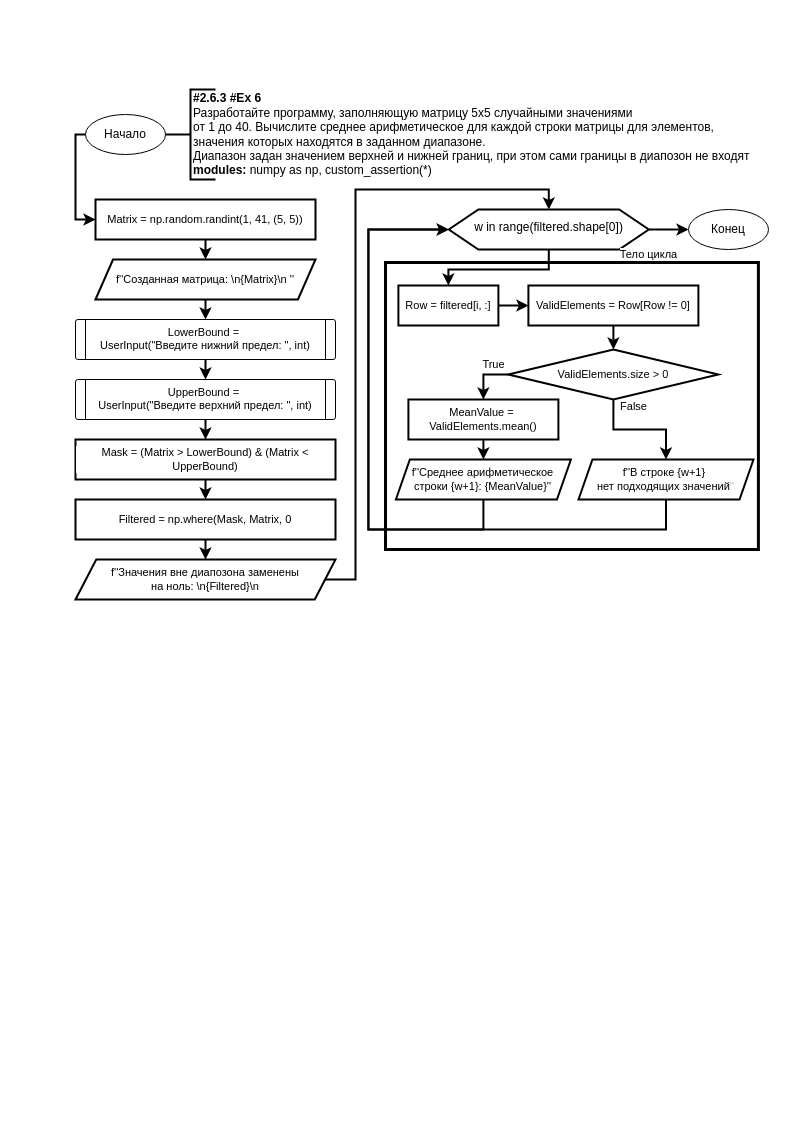
Before: page "#2.6.3 #Ex6 #Ex8" (3 of 3) of Schematics/Архипов/2.6.3/2.6.3.drawio in JayStorm228/CollegeStudy, a draw.io diagram. Source tidied: cells renumbered, new cells numbered last; positions are measured from the earlier drawing's top-left corner, leaving out a move shared by most shapes. Both pictures are drawn from the tidied source at 100%, with x=0, y=0 at pixel (75, 84).
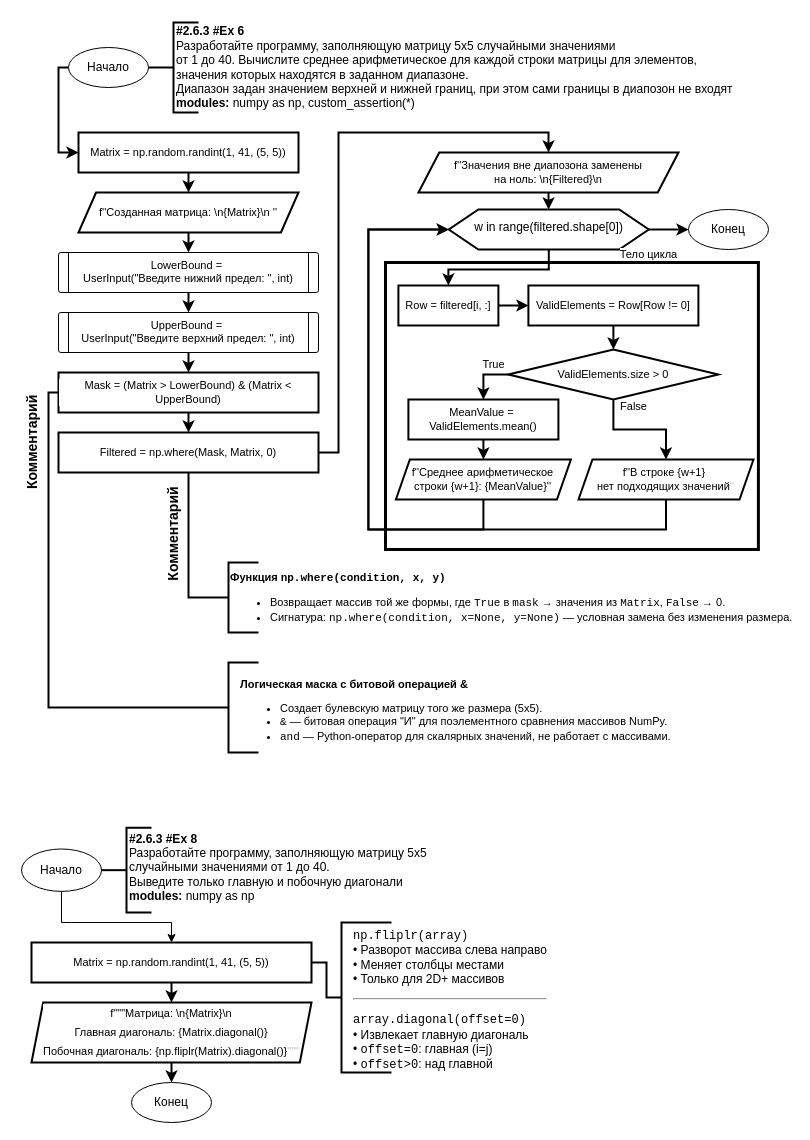
After the change.

Unchanged cells that the change refers to:
```xml
<mxCell id="24" value="w in range(filtered.shape[0])" style="verticalLabelPosition=bottom;verticalAlign=top;html=1;shape=hexagon;perimeter=hexagonPerimeter2;arcSize=6;size=0.148014440433213;fontFamily=Helvetica;fontSize=12;fontColor=light-dark(#000000,#FFFFFF);labelBackgroundColor=none;spacingTop=-36;strokeWidth=2;" parent="1" vertex="1">
  <mxGeometry x="373.3" y="125" width="200" height="40" as="geometry" />
</mxCell>
```

Diff of the diagram source:
```diff
@@
     <mxCell id="3" style="group;" parent="1" vertex="1">
-      <mxGeometry x="10" y="25" width="686" height="85" as="geometry" />
+      <mxGeometry x="-7" y="-42" width="686" height="85" as="geometry" />
     </mxCell>
@@
     <mxCell id="8" value="LowerBound =&amp;nbsp;&lt;div&gt;UserInput(&quot;Введите нижний предел: &quot;, int)&lt;/div&gt;" style="verticalLabelPosition=bottom;verticalAlign=top;html=1;shape=process;whiteSpace=wrap;rounded=1;size=0.038461538461538464;arcSize=6;fontFamily=Helvetica;fontSize=11;fontColor=default;labelBackgroundColor=default;spacingTop=-40;" parent="1" vertex="1">
-      <mxGeometry y="235" width="260" height="40" as="geometry" />
+      <mxGeometry x="-17" y="168" width="260" height="40" as="geometry" />
     </mxCell>
@@
     <mxCell id="10" value="UpperBound =&amp;nbsp;&lt;div&gt;UserInput(&quot;Введите верхний предел: &quot;, int)&lt;/div&gt;" style="verticalLabelPosition=bottom;verticalAlign=top;html=1;shape=process;whiteSpace=wrap;rounded=1;size=0.038461538461538464;arcSize=6;fontFamily=Helvetica;fontSize=11;fontColor=default;labelBackgroundColor=default;spacingTop=-40;" parent="1" vertex="1">
-      <mxGeometry y="295" width="260" height="40" as="geometry" />
+      <mxGeometry x="-17" y="228" width="260" height="40" as="geometry" />
     </mxCell>
@@
     <mxCell id="12" value="Matrix = np.random.randint(1, 41, (5, 5))" style="rounded=0;whiteSpace=wrap;html=1;absoluteArcSize=1;arcSize=14;strokeWidth=2;fontFamily=Helvetica;fontSize=11;fontColor=default;labelBackgroundColor=default;" parent="1" vertex="1">
-      <mxGeometry x="20" y="115" width="220" height="40" as="geometry" />
+      <mxGeometry x="3" y="48" width="220" height="40" as="geometry" />
     </mxCell>
@@
     <mxCell id="15" value="f''Созданная матрица: \n{Matrix}\n ''" style="shape=parallelogram;html=1;strokeWidth=2;perimeter=parallelogramPerimeter;whiteSpace=wrap;rounded=0;arcSize=12;size=0.0797872340425532;fontFamily=Helvetica;fontSize=11;fontColor=default;labelBackgroundColor=default;" parent="1" vertex="1">
-      <mxGeometry x="20" y="175" width="220" height="40" as="geometry" />
+      <mxGeometry x="3" y="108" width="220" height="40" as="geometry" />
     </mxCell>
@@
     <mxCell id="17" value="Mask = (Matrix &amp;gt; LowerBound) &amp;amp; (Matrix &amp;lt; UpperBound)" style="rounded=0;whiteSpace=wrap;html=1;absoluteArcSize=1;arcSize=14;strokeWidth=2;fontFamily=Helvetica;fontSize=11;fontColor=default;labelBackgroundColor=default;" parent="1" vertex="1">
-      <mxGeometry y="355" width="260" height="40" as="geometry" />
+      <mxGeometry x="-17" y="288" width="260" height="40" as="geometry" />
     </mxCell>
-    <mxCell id="18" style="edgeStyle=orthogonalEdgeStyle;shape=connector;curved=0;rounded=0;html=1;exitX=0.5;exitY=1;exitDx=0;exitDy=0;entryX=0.5;entryY=0;entryDx=0;entryDy=0;strokeColor=default;strokeWidth=2;align=center;verticalAlign=middle;fontFamily=Helvetica;fontSize=11;fontColor=default;labelBackgroundColor=default;endArrow=classic;" parent="1" edge="1" source="19" target="21">
-      <mxGeometry relative="1" as="geometry" />
+    <mxCell id="18" style="edgeStyle=orthogonalEdgeStyle;html=1;exitX=1;exitY=0.5;exitDx=0;exitDy=0;entryX=0.5;entryY=0;entryDx=0;entryDy=0;strokeWidth=2;rounded=0;" parent="1" edge="1" source="19" target="21">
+      <mxGeometry relative="1" as="geometry">
+        <Array as="points">
+          <mxPoint x="263" y="368" />
+          <mxPoint x="263" y="48" />
+          <mxPoint x="473" y="48" />
+        </Array>
+      </mxGeometry>
     </mxCell>
-    <mxCell id="19" value="Filtered = np.where(Mask, Matrix, 0" style="rounded=0;whiteSpace=wrap;html=1;absoluteArcSize=1;arcSize=14;strokeWidth=2;fontFamily=Helvetica;fontSize=11;fontColor=default;labelBackgroundColor=default;" parent="1" vertex="1">
-      <mxGeometry y="415" width="260" height="40" as="geometry" />
+    <mxCell id="19" value="Filtered = np.where(Mask, Matrix, 0)" style="rounded=0;whiteSpace=wrap;html=1;absoluteArcSize=1;arcSize=14;strokeWidth=2;fontFamily=Helvetica;fontSize=11;fontColor=default;labelBackgroundColor=default;" parent="1" vertex="1">
+      <mxGeometry x="-17" y="348" width="260" height="40" as="geometry" />
     </mxCell>
-    <mxCell id="20" style="edgeStyle=orthogonalEdgeStyle;shape=connector;curved=0;rounded=0;html=1;exitX=1;exitY=0.5;exitDx=0;exitDy=0;entryX=0.5;entryY=0;entryDx=0;entryDy=0;strokeColor=default;strokeWidth=2;align=center;verticalAlign=middle;fontFamily=Helvetica;fontSize=11;fontColor=default;labelBackgroundColor=default;endArrow=classic;" parent="1" edge="1" source="21" target="24">
-      <mxGeometry relative="1" as="geometry">
-        <Array as="points">
-          <mxPoint x="280" y="495" />
-          <mxPoint x="280" y="105" />
-          <mxPoint x="473" y="105" />
-        </Array>
-      </mxGeometry>
+    <mxCell id="20" style="edgeStyle=none;html=1;exitX=0.5;exitY=1;exitDx=0;exitDy=0;strokeWidth=2;" parent="1" edge="1" source="21" target="24">
+      <mxGeometry relative="1" as="geometry" />
     </mxCell>
     <mxCell id="21" value="f''Значения вне диапозона заменены&lt;div&gt;на ноль: \n{Filtered}\n&lt;/div&gt;" style="shape=parallelogram;html=1;strokeWidth=2;perimeter=parallelogramPerimeter;whiteSpace=wrap;rounded=0;arcSize=12;size=0.0797872340425532;fontFamily=Helvetica;fontSize=11;fontColor=default;labelBackgroundColor=default;" parent="1" vertex="1">
-      <mxGeometry y="475" width="260" height="40" as="geometry" />
+      <mxGeometry x="343" y="68" width="260" height="40" as="geometry" />
     </mxCell>
@@
+    <mxCell id="42" style="edgeStyle=none;html=1;exitX=0.5;exitY=1;exitDx=0;exitDy=0;entryX=0.5;entryY=0;entryDx=0;entryDy=0;strokeWidth=2;" parent="1" edge="1" source="43" target="46">
+      <mxGeometry relative="1" as="geometry" />
+    </mxCell>
+    <mxCell id="43" value="Matrix = np.random.randint(1, 41, (5, 5))" style="rounded=0;whiteSpace=wrap;html=1;absoluteArcSize=1;arcSize=14;strokeWidth=2;fontFamily=Helvetica;fontSize=11;fontColor=default;labelBackgroundColor=default;" parent="1" vertex="1">
+      <mxGeometry x="-44" y="858" width="280" height="40" as="geometry" />
+    </mxCell>
+    <mxCell id="44" style="edgeStyle=orthogonalEdgeStyle;html=1;exitX=0.5;exitY=1;exitDx=0;exitDy=0;entryX=0.5;entryY=0;entryDx=0;entryDy=0;rounded=0;curved=0;" parent="1" edge="1" target="43">
+      <mxGeometry relative="1" as="geometry">
+        <mxPoint x="-14" y="803" as="sourcePoint" />
+        <Array as="points">
+          <mxPoint x="-4" y="838" />
+          <mxPoint x="66" y="838" />
+        </Array>
+      </mxGeometry>
+    </mxCell>
+    <mxCell id="45" style="edgeStyle=none;html=1;exitX=0.5;exitY=1;exitDx=0;exitDy=0;entryX=0.5;entryY=0;entryDx=0;entryDy=0;strokeWidth=2;" parent="1" edge="1" source="46" target="50">
+      <mxGeometry relative="1" as="geometry" />
+    </mxCell>
+    <mxCell id="46" value="&lt;div style=&quot;line-height: 19px;&quot;&gt;&lt;div style=&quot;&quot;&gt;f&quot;&quot;&quot;Матрица: \n{Matrix}\n&lt;/div&gt;&lt;div style=&quot;&quot;&gt;Главная диагональ: {Matrix.diagonal()}&lt;/div&gt;&lt;div style=&quot;&quot;&gt;Побочная диагональ: {np.fliplr(Matrix).diagonal()}&lt;span style=&quot;color: rgb(192, 192, 192); background-color: light-dark(#ffffff, var(--ge-dark-color, #121212));&quot;&gt;&quot;&quot;&quot;&lt;/span&gt;&lt;/div&gt;&lt;/div&gt;" style="shape=parallelogram;html=1;strokeWidth=2;perimeter=parallelogramPerimeter;whiteSpace=wrap;rounded=0;arcSize=12;size=0.041666666666666664;fontFamily=Helvetica;fontSize=11;fontColor=default;labelBackgroundColor=default;" parent="1" vertex="1">
+      <mxGeometry x="-44" y="918" width="280" height="60" as="geometry" />
+    </mxCell>
+    <mxCell id="47" style="strokeWidth=2;html=1;shape=mxgraph.flowchart.annotation_1;align=left;" parent="1" vertex="1">
+      <mxGeometry x="266" y="838" width="50" height="150" as="geometry" />
+    </mxCell>
+    <mxCell id="48" style="edgeStyle=orthogonalEdgeStyle;html=1;exitX=1;exitY=0.5;exitDx=0;exitDy=0;entryX=0;entryY=0.5;entryDx=0;entryDy=0;entryPerimeter=0;rounded=0;endArrow=none;endFill=0;strokeWidth=2;" parent="1" edge="1" source="43" target="47">
+      <mxGeometry relative="1" as="geometry" />
+    </mxCell>
+    <mxCell id="49" value="&lt;div data-content=&quot;`np.fliplr(array)`  &#10;• Разворот массива слева направо  &#10;• Меняет столбцы местами  &#10;• Только для 2D+ массивов&#10;&#10;---&#10;`array.diagonal(offset=0)`  &#10;• Извлекает главную диагональ  &#10;• `offset=0`: главная (i=j)  &#10;• `offset&gt;0`: над главной&quot;&gt;&lt;p&gt; &lt;code&gt;np.fliplr(array)&lt;/code&gt;&lt;br&gt;• Разворот массива слева направо&lt;br&gt;• Меняет столбцы местами&lt;br&gt;• Только для 2D+ массивов&lt;/p&gt;&lt;hr&gt;&lt;p&gt;&lt;code&gt;array.diagonal(offset=0)&lt;/code&gt;&lt;br&gt;• Извлекает главную диагональ&lt;br&gt;• &lt;code&gt;offset=0&lt;/code&gt;: главная (i=j)&lt;br&gt;• &lt;code&gt;offset&amp;gt;0&lt;/code&gt;: над главной&lt;/p&gt;&#10;&lt;/div&gt;" style="pluginMarkdown=1;text;html=1;align=left;verticalAlign=middle;strokeColor=none;fillColor=none;" parent="1" vertex="1">
+      <mxGeometry x="276.4" y="828" width="220" height="190" as="geometry" />
+    </mxCell>
+    <mxCell id="50" value="Конец" style="ellipse;whiteSpace=wrap;html=1;" parent="1" vertex="1">
+      <mxGeometry x="56" y="998" width="80" height="40" as="geometry" />
+    </mxCell>
+    <mxCell id="51" value="Начало" style="ellipse;whiteSpace=wrap;html=1;" parent="1" vertex="1">
+      <mxGeometry x="-54" y="764.5" width="80" height="42.4" as="geometry" />
+    </mxCell>
+    <mxCell id="52" style="strokeWidth=2;html=1;shape=mxgraph.flowchart.annotation_2;align=left;labelPosition=right;" parent="1" vertex="1">
+      <mxGeometry x="26" y="743.3" width="50" height="84.7" as="geometry" />
+    </mxCell>
+    <mxCell id="53" value="&lt;div&gt;&lt;b&gt;&lt;font style=&quot;color: light-dark(rgb(0, 0, 0), rgb(255, 255, 255));&quot;&gt;#2.6.3 #Ex 8&lt;/font&gt;&lt;/b&gt;&lt;/div&gt;&lt;div&gt;&lt;font style=&quot;color: light-dark(rgb(0, 0, 0), rgb(255, 255, 255));&quot;&gt;Разработайте программу, заполняющую матрицу 5х5&amp;nbsp;&lt;/font&gt;&lt;/div&gt;&lt;div&gt;&lt;font style=&quot;color: light-dark(rgb(0, 0, 0), rgb(255, 255, 255));&quot;&gt;случайными значениями&amp;nbsp;&lt;/font&gt;&lt;span style=&quot;&quot;&gt;от 1 до 40.&amp;nbsp;&lt;/span&gt;&lt;/div&gt;&lt;div&gt;Выведите только главную и побочную диагонали&lt;/div&gt;&lt;div&gt;&lt;b style=&quot;&quot;&gt;modules:&amp;nbsp;&lt;/b&gt;&lt;font style=&quot;&quot;&gt;numpy as np&lt;/font&gt;&lt;/div&gt;" style="text;html=1;align=left;verticalAlign=middle;strokeColor=none;fillColor=none;labelBackgroundColor=none;" parent="1" vertex="1">
+      <mxGeometry x="52" y="738" width="320" height="90" as="geometry" />
+    </mxCell>
+    <mxCell id="54" style="strokeWidth=2;html=1;shape=mxgraph.flowchart.annotation_1;align=left;fontFamily=Helvetica;fontSize=11;fontColor=default;labelBackgroundColor=default;rotation=0;" parent="1" vertex="1">
+      <mxGeometry x="153" y="578" width="30" height="90" as="geometry" />
+    </mxCell>
+    <mxCell id="55" value="&lt;div data-content=&quot;**Логическая маска с битовой операцией &amp;amp;**  &#10;- Создает булевскую матрицу того же размера (5x5).  &#10;- `&amp;amp;` — битовая операция &amp;quot;И&amp;quot; для поэлементного сравнения массивов NumPy.  &#10;- `and` — Python-оператор для скалярных значений, не работает с массивами. &quot;&gt;&lt;p&gt;&lt;strong&gt;Логическая маска с битовой операцией &amp;amp;&lt;/strong&gt;  &lt;/p&gt;&lt;ul&gt;&lt;li&gt;Создает булевскую матрицу того же размера (5x5).  &lt;/li&gt;&lt;li&gt;&lt;code&gt;&amp;amp;&lt;/code&gt; — битовая операция &amp;quot;И&amp;quot; для поэлементного сравнения массивов NumPy.  &lt;/li&gt;&lt;li&gt;&lt;code&gt;and&lt;/code&gt; — Python-оператор для скалярных значений, не работает с массивами.&lt;/li&gt;&lt;/ul&gt;&#10;&lt;/div&gt;" style="pluginMarkdown=1;text;html=1;align=left;verticalAlign=middle;strokeColor=none;fillColor=none;fontFamily=Helvetica;fontSize=11;fontColor=default;labelBackgroundColor=none;" parent="1" vertex="1">
+      <mxGeometry x="163" y="568" width="460" height="130" as="geometry" />
+    </mxCell>
+    <mxCell id="56" style="strokeWidth=2;html=1;shape=mxgraph.flowchart.annotation_1;align=left;fontFamily=Helvetica;fontSize=11;fontColor=default;labelBackgroundColor=default;rotation=0;" parent="1" vertex="1">
+      <mxGeometry x="153" y="478" width="30" height="70" as="geometry" />
+    </mxCell>
+    <mxCell id="57" value="&lt;div data-content=&quot;**Функция `np.where(condition, x, y)`**  &#10;- Возвращает массив той же формы, где `True` в `mask` → значения из `Matrix`, `False` → 0.  &#10;- Сигнатура: `np.where(condition, x=None, y=None)` — условная замена без изменения размера.&quot;&gt;&lt;p&gt;&lt;strong&gt;Функция &lt;code&gt;np.where(condition, x, y)&lt;/code&gt;&lt;/strong&gt;  &lt;/p&gt;&lt;ul&gt;&lt;li&gt;Возвращает массив той же формы, где &lt;code&gt;True&lt;/code&gt; в &lt;code&gt;mask&lt;/code&gt; → значения из &lt;code&gt;Matrix&lt;/code&gt;, &lt;code&gt;False&lt;/code&gt; → 0.  &lt;/li&gt;&lt;li&gt;Сигнатура: &lt;code&gt;np.where(condition, x=None, y=None)&lt;/code&gt; — условная замена без изменения размера.&lt;/li&gt;&lt;/ul&gt;&#10;&lt;/div&gt;" style="pluginMarkdown=1;text;html=1;align=left;verticalAlign=middle;strokeColor=none;fillColor=none;fontFamily=Helvetica;fontSize=11;fontColor=default;labelBackgroundColor=none;" parent="1" vertex="1">
+      <mxGeometry x="153" y="465" width="550" height="110" as="geometry" />
+    </mxCell>
+    <mxCell id="58" style="edgeStyle=orthogonalEdgeStyle;shape=connector;rounded=0;html=1;exitX=0.5;exitY=1;exitDx=0;exitDy=0;entryX=0;entryY=0.5;entryDx=0;entryDy=0;entryPerimeter=0;strokeColor=default;strokeWidth=2;align=center;verticalAlign=middle;fontFamily=Helvetica;fontSize=11;fontColor=default;labelBackgroundColor=default;endArrow=none;endFill=0;" parent="1" edge="1" source="19" target="56">
+      <mxGeometry relative="1" as="geometry" />
+    </mxCell>
+    <mxCell id="59" style="edgeStyle=orthogonalEdgeStyle;shape=connector;rounded=0;html=1;exitX=0;exitY=0.5;exitDx=0;exitDy=0;entryX=0;entryY=0.5;entryDx=0;entryDy=0;entryPerimeter=0;strokeColor=default;strokeWidth=2;align=center;verticalAlign=middle;fontFamily=Helvetica;fontSize=11;fontColor=default;labelBackgroundColor=default;endArrow=none;endFill=0;" parent="1" edge="1" source="17" target="54">
+      <mxGeometry relative="1" as="geometry" />
+    </mxCell>
+    <mxCell id="60" value="Комментарий" style="text;html=1;align=center;verticalAlign=middle;strokeColor=none;fillColor=none;fontFamily=Helvetica;fontSize=14;fontColor=default;labelBackgroundColor=default;rotation=-90;fontStyle=1;" parent="1" vertex="1">
+      <mxGeometry x="-98.1" y="343.5" width="110" height="30" as="geometry" />
+    </mxCell>
+    <mxCell id="61" value="Комментарий" style="text;html=1;align=center;verticalAlign=middle;strokeColor=none;fillColor=none;fontFamily=Helvetica;fontSize=14;fontColor=default;labelBackgroundColor=default;rotation=-90;fontStyle=1;" parent="1" vertex="1">
+      <mxGeometry x="43" y="435" width="110" height="30" as="geometry" />
+    </mxCell>
```
